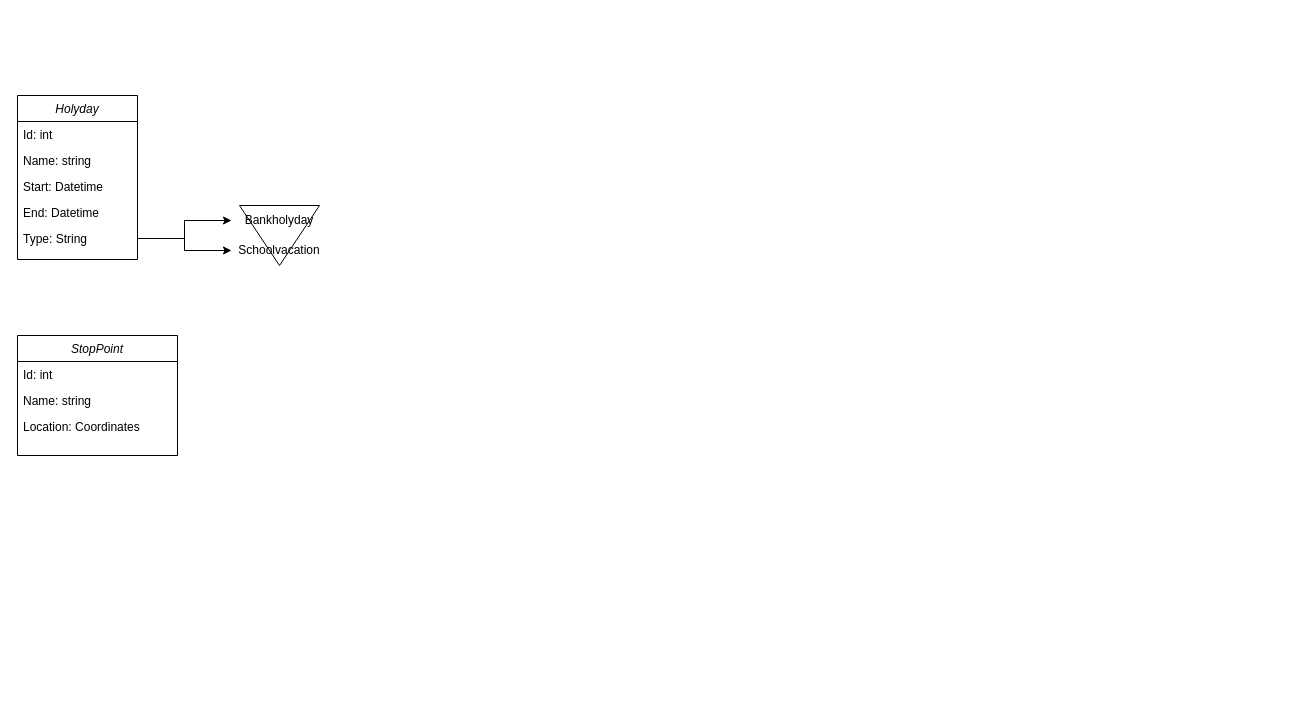
The draw.io diagram DataMoedel.drawio in AstralJaeger/NextStop-SWK-2024, before the edit. Source tidied: cells renumbered, new cells numbered last; positions are measured from the earlier drawing's top-left corner, leaving out a move shared by most shapes. Both pictures are drawn from the tidied source at 100%, with x=0, y=0 at pixel (17, 95).
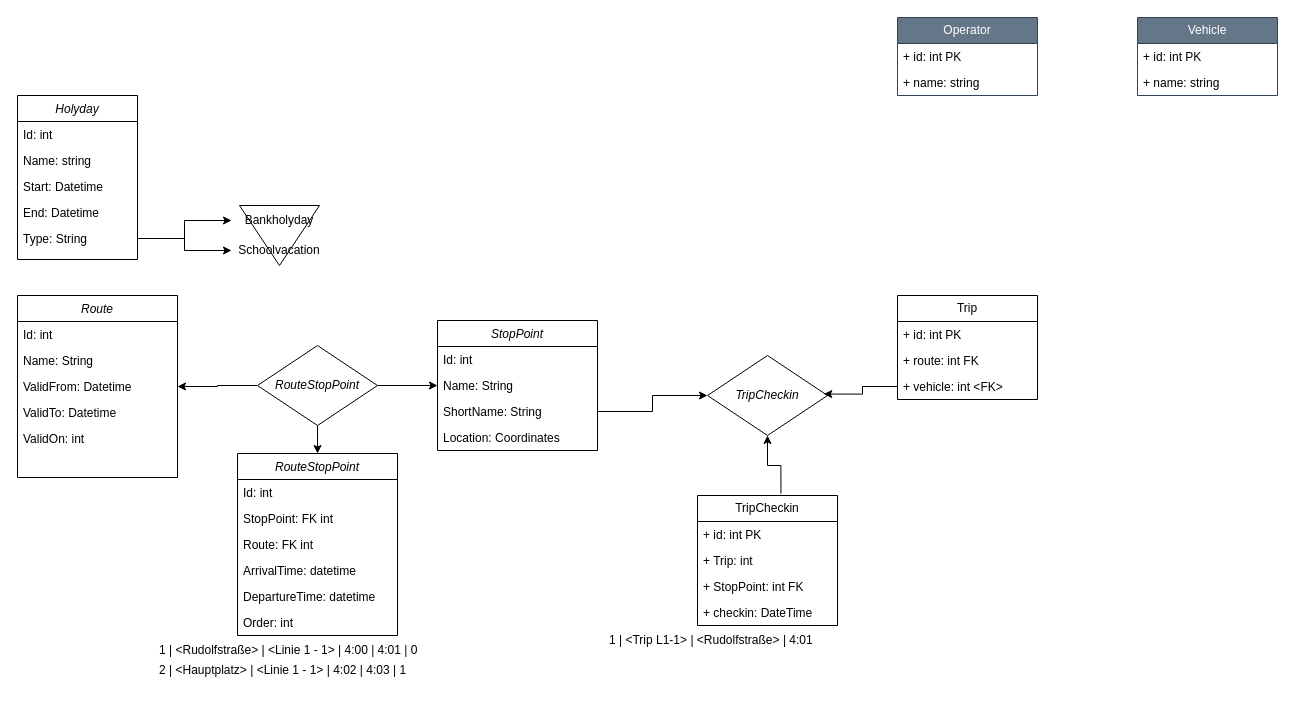
Above is the later version.

Commit message:
finish model for stage 1

Change to the diagram source:
```diff
@@
     <mxCell id="13" value="StopPoint" style="swimlane;fontStyle=2;align=center;verticalAlign=top;horizontal=1;startSize=26;rounded=0;shadow=0;strokeWidth=1;" parent="1" vertex="1">
-      <mxGeometry y="240" width="160" height="120" as="geometry" />
+      <mxGeometry x="420" y="225" width="160" height="130" as="geometry" />
     </mxCell>
@@
-    <mxCell id="15" value="Name: string" style="text;align=left;verticalAlign=top;spacingLeft=4;spacingRight=4;overflow=hidden;rounded=0;shadow=0;html=0;" parent="13" vertex="1">
+    <mxCell id="15" value="Name: String" style="text;align=left;verticalAlign=top;spacingLeft=4;spacingRight=4;overflow=hidden;rounded=0;shadow=0;html=0;" parent="13" vertex="1">
       <mxGeometry y="52" width="160" height="26" as="geometry" />
     </mxCell>
+    <mxCell id="17" value="ShortName: String" style="text;align=left;verticalAlign=top;spacingLeft=4;spacingRight=4;overflow=hidden;points=[[0,0.5],[1,0.5]];portConstraint=eastwest;rounded=0;shadow=0;html=0;" parent="13" vertex="1">
+      <mxGeometry y="78" width="160" height="26" as="geometry" />
+    </mxCell>
     <mxCell id="16" value="Location: Coordinates" style="text;align=left;verticalAlign=top;spacingLeft=4;spacingRight=4;overflow=hidden;rounded=0;shadow=0;html=0;" parent="13" vertex="1">
-      <mxGeometry y="78" width="160" height="26" as="geometry" />
+      <mxGeometry y="104" width="160" height="26" as="geometry" />
     </mxCell>
+    <mxCell id="18" value="Route" style="swimlane;fontStyle=2;align=center;verticalAlign=top;horizontal=1;startSize=26;rounded=0;shadow=0;strokeWidth=1;" parent="1" vertex="1">
+      <mxGeometry y="200" width="160" height="182" as="geometry" />
+    </mxCell>
+    <mxCell id="19" value="Id: int" style="text;align=left;verticalAlign=top;spacingLeft=4;spacingRight=4;overflow=hidden;" parent="18" vertex="1">
+      <mxGeometry y="26" width="160" height="26" as="geometry" />
+    </mxCell>
+    <mxCell id="20" value="Name: String" style="text;align=left;verticalAlign=top;spacingLeft=4;spacingRight=4;overflow=hidden;rounded=0;shadow=0;html=0;" parent="18" vertex="1">
+      <mxGeometry y="52" width="160" height="26" as="geometry" />
+    </mxCell>
+    <mxCell id="21" value="ValidFrom: Datetime" style="text;align=left;verticalAlign=top;spacingLeft=4;spacingRight=4;overflow=hidden;rounded=0;shadow=0;html=0;" parent="18" vertex="1">
+      <mxGeometry y="78" width="160" height="26" as="geometry" />
+    </mxCell>
+    <mxCell id="22" value="ValidTo: Datetime" style="text;align=left;verticalAlign=top;spacingLeft=4;spacingRight=4;overflow=hidden;rounded=0;shadow=0;html=0;" parent="18" vertex="1">
+      <mxGeometry y="104" width="160" height="26" as="geometry" />
+    </mxCell>
+    <mxCell id="23" value="ValidOn: int" style="text;align=left;verticalAlign=top;spacingLeft=4;spacingRight=4;overflow=hidden;" parent="18" vertex="1">
+      <mxGeometry y="130" width="160" height="26" as="geometry" />
+    </mxCell>
+    <mxCell id="24" style="edgeStyle=orthogonalEdgeStyle;rounded=0;jettySize=auto;html=1;" parent="1" edge="1" source="27" target="13">
+      <mxGeometry relative="1" as="geometry" />
+    </mxCell>
+    <mxCell id="25" style="edgeStyle=orthogonalEdgeStyle;rounded=0;jettySize=auto;html=1;" parent="1" edge="1" source="27" target="18">
+      <mxGeometry relative="1" as="geometry" />
+    </mxCell>
+    <mxCell id="26" style="edgeStyle=orthogonalEdgeStyle;rounded=0;jettySize=auto;html=1;" parent="1" edge="1" source="27" target="28">
+      <mxGeometry relative="1" as="geometry" />
+    </mxCell>
+    <mxCell id="27" value="&lt;span style=&quot;font-style: italic; text-wrap: nowrap;&quot;&gt;RouteStopPoint&lt;/span&gt;" style="rhombus;whiteSpace=wrap;html=1;" parent="1" vertex="1">
+      <mxGeometry x="240" y="250" width="120" height="80" as="geometry" />
+    </mxCell>
+    <mxCell id="28" value="RouteStopPoint" style="swimlane;fontStyle=2;align=center;verticalAlign=top;horizontal=1;startSize=26;rounded=0;shadow=0;strokeWidth=1;" parent="1" vertex="1">
+      <mxGeometry x="220" y="358" width="160" height="182" as="geometry" />
+    </mxCell>
+    <mxCell id="29" value="Id: int" style="text;align=left;verticalAlign=top;spacingLeft=4;spacingRight=4;overflow=hidden;" parent="28" vertex="1">
+      <mxGeometry y="26" width="160" height="26" as="geometry" />
+    </mxCell>
+    <mxCell id="30" value="StopPoint: FK int" style="text;align=left;verticalAlign=top;spacingLeft=4;spacingRight=4;overflow=hidden;rounded=0;shadow=0;html=0;" parent="28" vertex="1">
+      <mxGeometry y="52" width="160" height="26" as="geometry" />
+    </mxCell>
+    <mxCell id="31" value="Route: FK int" style="text;align=left;verticalAlign=top;spacingLeft=4;spacingRight=4;overflow=hidden;rounded=0;shadow=0;html=0;" parent="28" vertex="1">
+      <mxGeometry y="78" width="160" height="26" as="geometry" />
+    </mxCell>
+    <mxCell id="32" value="ArrivalTime: datetime" style="text;align=left;verticalAlign=top;spacingLeft=4;spacingRight=4;overflow=hidden;" parent="28" vertex="1">
+      <mxGeometry y="104" width="160" height="26" as="geometry" />
+    </mxCell>
+    <mxCell id="33" value="DepartureTime: datetime " style="text;align=left;verticalAlign=top;spacingLeft=4;spacingRight=4;overflow=hidden;" parent="28" vertex="1">
+      <mxGeometry y="130" width="160" height="26" as="geometry" />
+    </mxCell>
+    <mxCell id="34" value="Order: int" style="text;align=left;verticalAlign=top;spacingLeft=4;spacingRight=4;overflow=hidden;" parent="28" vertex="1">
+      <mxGeometry y="156" width="160" height="26" as="geometry" />
+    </mxCell>
+    <mxCell id="35" value="1 | &amp;lt;Rudolfstraße&amp;gt; | &amp;lt;Linie 1 - 1&amp;gt; | 4:00 | 4:01 | 0" style="text;html=1;align=left;verticalAlign=middle;whiteSpace=wrap;rounded=0;" parent="1" vertex="1">
+      <mxGeometry x="140" y="540" width="320" height="30" as="geometry" />
+    </mxCell>
+    <mxCell id="36" value="2 | &amp;lt;Hauptplatz&amp;gt; | &amp;lt;Linie 1&amp;nbsp;- 1&amp;gt; | 4:02 | 4:03 | 1" style="text;html=1;align=left;verticalAlign=middle;whiteSpace=wrap;rounded=0;" parent="1" vertex="1">
+      <mxGeometry x="140" y="560" width="320" height="30" as="geometry" />
+    </mxCell>
+    <mxCell id="37" value="Trip" style="swimlane;fontStyle=0;horizontal=1;startSize=26;fillColor=none;whiteSpace=wrap;html=1;" parent="1" vertex="1">
+      <mxGeometry x="880" y="200" width="140" height="104" as="geometry" />
+    </mxCell>
+    <mxCell id="38" value="+ id: int PK" style="text;strokeColor=none;fillColor=none;align=left;verticalAlign=top;spacingLeft=4;spacingRight=4;overflow=hidden;whiteSpace=wrap;html=1;" parent="37" vertex="1">
+      <mxGeometry y="26" width="140" height="26" as="geometry" />
+    </mxCell>
+    <mxCell id="39" value="+ route: int FK" style="text;strokeColor=none;fillColor=none;align=left;verticalAlign=top;spacingLeft=4;spacingRight=4;overflow=hidden;whiteSpace=wrap;html=1;" parent="37" vertex="1">
+      <mxGeometry y="52" width="140" height="26" as="geometry" />
+    </mxCell>
+    <mxCell id="40" value="+ vehicle: int &amp;lt;FK&amp;gt;" style="text;strokeColor=none;fillColor=none;align=left;verticalAlign=top;spacingLeft=4;spacingRight=4;overflow=hidden;points=[[0,0.5],[1,0.5]];portConstraint=eastwest;whiteSpace=wrap;html=1;" parent="37" vertex="1">
+      <mxGeometry y="78" width="140" height="26" as="geometry" />
+    </mxCell>
+    <mxCell id="41" value="&lt;span style=&quot;text-wrap: nowrap;&quot;&gt;&lt;i&gt;TripCheckin&lt;/i&gt;&lt;/span&gt;" style="rhombus;whiteSpace=wrap;html=1;" parent="1" vertex="1">
+      <mxGeometry x="690" y="260" width="120" height="80" as="geometry" />
+    </mxCell>
+    <mxCell id="42" style="edgeStyle=orthogonalEdgeStyle;rounded=0;jettySize=auto;html=1;entryX=0;entryY=0.5;entryDx=0;entryDy=0;" parent="1" edge="1" source="17" target="41">
+      <mxGeometry relative="1" as="geometry" />
+    </mxCell>
+    <mxCell id="43" style="edgeStyle=orthogonalEdgeStyle;rounded=0;jettySize=auto;html=1;entryX=0.969;entryY=0.482;entryDx=0;entryDy=0;entryPerimeter=0;" parent="1" edge="1" source="40" target="41">
+      <mxGeometry relative="1" as="geometry" />
+    </mxCell>
+    <mxCell id="44" style="edgeStyle=orthogonalEdgeStyle;rounded=0;jettySize=auto;html=1;exitX=0.596;exitY=-0.015;exitDx=0;exitDy=0;exitPerimeter=0;" parent="1" edge="1" source="45" target="41">
+      <mxGeometry relative="1" as="geometry" />
+    </mxCell>
+    <mxCell id="45" value="TripCheckin" style="swimlane;fontStyle=0;horizontal=1;startSize=26;fillColor=none;whiteSpace=wrap;html=1;" parent="1" vertex="1">
+      <mxGeometry x="680" y="400" width="140" height="130" as="geometry" />
+    </mxCell>
+    <mxCell id="46" value="+ id: int PK" style="text;strokeColor=none;fillColor=none;align=left;verticalAlign=top;spacingLeft=4;spacingRight=4;overflow=hidden;whiteSpace=wrap;html=1;" parent="45" vertex="1">
+      <mxGeometry y="26" width="140" height="26" as="geometry" />
+    </mxCell>
+    <mxCell id="47" value="+ Trip: int" style="text;strokeColor=none;fillColor=none;align=left;verticalAlign=top;spacingLeft=4;spacingRight=4;overflow=hidden;whiteSpace=wrap;html=1;" parent="45" vertex="1">
+      <mxGeometry y="52" width="140" height="26" as="geometry" />
+    </mxCell>
+    <mxCell id="48" value="+ StopPoint: int FK" style="text;strokeColor=none;fillColor=none;align=left;verticalAlign=top;spacingLeft=4;spacingRight=4;overflow=hidden;whiteSpace=wrap;html=1;" parent="45" vertex="1">
+      <mxGeometry y="78" width="140" height="26" as="geometry" />
+    </mxCell>
+    <mxCell id="49" value="+ checkin: DateTime" style="text;strokeColor=none;fillColor=none;align=left;verticalAlign=top;spacingLeft=4;spacingRight=4;overflow=hidden;whiteSpace=wrap;html=1;" parent="45" vertex="1">
+      <mxGeometry y="104" width="140" height="26" as="geometry" />
+    </mxCell>
+    <mxCell id="50" value="1 | &amp;lt;Trip L1-1&amp;gt; | &amp;lt;Rudolfstraße&amp;gt; | 4:01" style="text;html=1;align=left;verticalAlign=middle;whiteSpace=wrap;rounded=0;" parent="1" vertex="1">
+      <mxGeometry x="590" y="530" width="320" height="30" as="geometry" />
+    </mxCell>
+    <mxCell id="51" value="Operator" style="swimlane;fontStyle=0;horizontal=1;startSize=26;fillColor=#647687;whiteSpace=wrap;html=1;fontColor=#ffffff;strokeColor=#314354;" parent="1" vertex="1">
+      <mxGeometry x="880" y="-78" width="140" height="78" as="geometry" />
+    </mxCell>
+    <mxCell id="52" value="+ id: int PK" style="text;strokeColor=none;fillColor=none;align=left;verticalAlign=top;spacingLeft=4;spacingRight=4;overflow=hidden;whiteSpace=wrap;html=1;" parent="51" vertex="1">
+      <mxGeometry y="26" width="140" height="26" as="geometry" />
+    </mxCell>
+    <mxCell id="53" value="+ name: string" style="text;strokeColor=none;fillColor=none;align=left;verticalAlign=top;spacingLeft=4;spacingRight=4;overflow=hidden;whiteSpace=wrap;html=1;" parent="51" vertex="1">
+      <mxGeometry y="52" width="140" height="26" as="geometry" />
+    </mxCell>
+    <mxCell id="54" value="Vehicle" style="swimlane;fontStyle=0;horizontal=1;startSize=26;fillColor=#647687;whiteSpace=wrap;html=1;fontColor=#ffffff;strokeColor=#314354;" parent="1" vertex="1">
+      <mxGeometry x="1120" y="-78" width="140" height="78" as="geometry" />
+    </mxCell>
+    <mxCell id="55" value="+ id: int PK" style="text;strokeColor=none;fillColor=none;align=left;verticalAlign=top;spacingLeft=4;spacingRight=4;overflow=hidden;whiteSpace=wrap;html=1;" parent="54" vertex="1">
+      <mxGeometry y="26" width="140" height="26" as="geometry" />
+    </mxCell>
+    <mxCell id="56" value="+ name: string" style="text;strokeColor=none;fillColor=none;align=left;verticalAlign=top;spacingLeft=4;spacingRight=4;overflow=hidden;whiteSpace=wrap;html=1;" parent="54" vertex="1">
+      <mxGeometry y="52" width="140" height="26" as="geometry" />
+    </mxCell>
```
